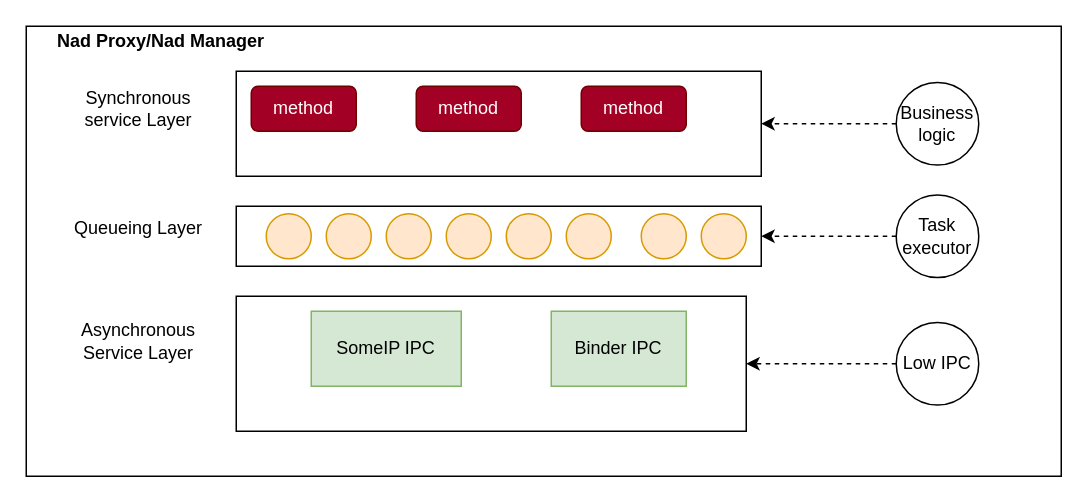
This is page "half_sync" (6 of 16) of doc/SA cert/Design/scalability.drawio from taikt/codefun, a draw.io file, before an edit. Source tidied: cells renumbered, new cells numbered last; positions are measured from the earlier drawing's top-left corner, leaving out a move shared by most shapes. Both pictures are drawn from the tidied source at 150%, with x=0, y=0 at pixel (26, 26).
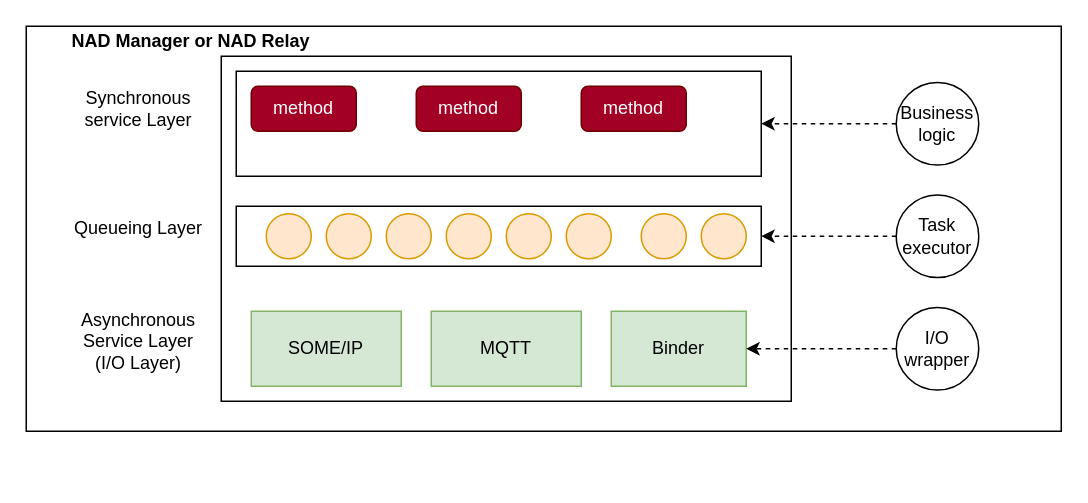
Above is the later version.

The edit, as a diff of the source:
```diff
@@
     <mxCell id="2" style="rounded=0;whiteSpace=wrap;html=1;" parent="1" vertex="1">
-      <mxGeometry width="690" height="300" as="geometry" />
+      <mxGeometry width="690" height="270" as="geometry" />
     </mxCell>
@@
-    <mxCell id="15" value="SomeIP IPC" style="rounded=0;whiteSpace=wrap;html=1;fillColor=#d5e8d4;strokeColor=#82b366;" parent="1" vertex="1">
-      <mxGeometry x="190" y="190" width="100" height="50" as="geometry" />
+    <mxCell id="15" value="SOME/IP" style="rounded=0;whiteSpace=wrap;html=1;fillColor=#d5e8d4;strokeColor=#82b366;" parent="1" vertex="1">
+      <mxGeometry x="150" y="190" width="100" height="50" as="geometry" />
     </mxCell>
-    <mxCell id="16" value="Binder IPC" style="rounded=0;whiteSpace=wrap;html=1;fillColor=#d5e8d4;strokeColor=#82b366;" parent="1" vertex="1">
-      <mxGeometry x="350" y="190" width="90" height="50" as="geometry" />
+    <mxCell id="16" value="Binder" style="rounded=0;whiteSpace=wrap;html=1;fillColor=#d5e8d4;strokeColor=#82b366;" parent="1" vertex="1">
+      <mxGeometry x="390" y="190" width="90" height="50" as="geometry" />
     </mxCell>
@@
-    <mxCell id="19" value="Asynchronous Service Layer" style="text;html=1;strokeColor=none;fillColor=none;align=center;verticalAlign=middle;whiteSpace=wrap;rounded=0;" parent="1" vertex="1">
+    <mxCell id="19" value="Asynchronous Service Layer&lt;br&gt;(I/O Layer)" style="text;html=1;strokeColor=none;fillColor=none;align=center;verticalAlign=middle;whiteSpace=wrap;rounded=0;" parent="1" vertex="1">
       <mxGeometry x="20" y="200" width="110" height="20" as="geometry" />
     </mxCell>
@@
-    <mxCell id="25" style="edgeStyle=orthogonalEdgeStyle;rounded=1;jettySize=auto;html=1;exitX=0;exitY=0.5;exitDx=0;exitDy=0;entryX=1;entryY=0.5;entryDx=0;entryDy=0;dashed=1;" parent="1" edge="1" source="26" target="27">
+    <mxCell id="25" style="edgeStyle=orthogonalEdgeStyle;rounded=1;jettySize=auto;html=1;exitX=0;exitY=0.5;exitDx=0;exitDy=0;dashed=1;entryX=1;entryY=0.5;entryDx=0;entryDy=0;" parent="1" edge="1" source="26" target="16">
       <mxGeometry relative="1" as="geometry" />
     </mxCell>
-    <mxCell id="26" value="Low IPC" style="ellipse;whiteSpace=wrap;html=1;fillColor=none;gradientColor=#ffffff;" parent="1" vertex="1">
-      <mxGeometry x="580" y="197.5" width="55" height="55" as="geometry" />
+    <mxCell id="26" value="I/O wrapper" style="ellipse;whiteSpace=wrap;html=1;fillColor=none;gradientColor=#ffffff;" parent="1" vertex="1">
+      <mxGeometry x="580" y="187.5" width="55" height="55" as="geometry" />
     </mxCell>
     <mxCell id="27" style="rounded=0;whiteSpace=wrap;html=1;gradientColor=#ffffff;fillColor=none;" parent="1" vertex="1">
-      <mxGeometry x="140" y="180" width="340" height="90" as="geometry" />
+      <mxGeometry x="130" y="20" width="380" height="230" as="geometry" />
     </mxCell>
-    <mxCell id="28" value="&lt;b&gt;Nad Proxy/Nad Manager&lt;/b&gt;" style="text;html=1;strokeColor=none;fillColor=none;align=center;verticalAlign=middle;whiteSpace=wrap;rounded=0;" parent="1" vertex="1">
-      <mxGeometry x="10" width="160" height="20" as="geometry" />
+    <mxCell id="28" value="&lt;b&gt;NAD Manager or NAD Relay&lt;/b&gt;" style="text;html=1;strokeColor=none;fillColor=none;align=center;verticalAlign=middle;whiteSpace=wrap;rounded=0;" parent="1" vertex="1">
+      <mxGeometry x="10" width="200" height="20" as="geometry" />
     </mxCell>
+    <mxCell id="29" value="MQTT" style="rounded=0;whiteSpace=wrap;html=1;fillColor=#d5e8d4;strokeColor=#82b366;" parent="1" vertex="1">
+      <mxGeometry x="270" y="190" width="100" height="50" as="geometry" />
+    </mxCell>
```
